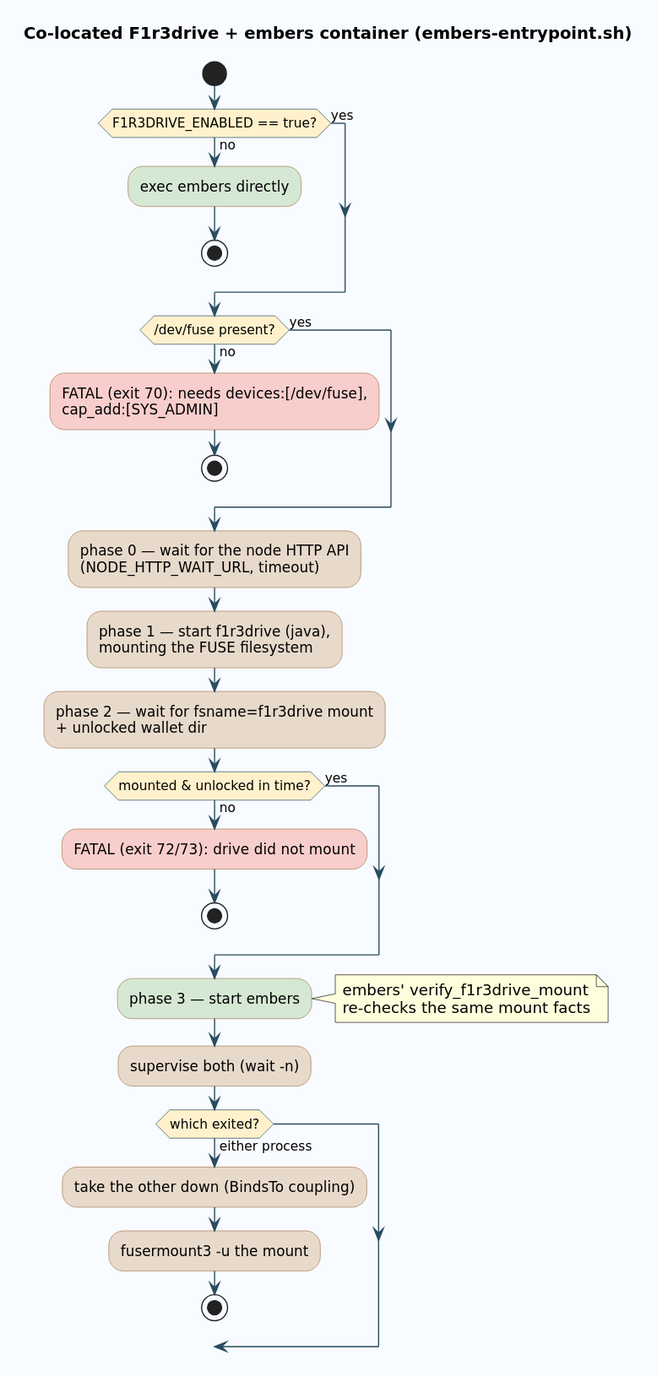
The PlantUML diagram docs/diagrams/28-docker-supervise.svg in F1R3FLY-io/embers, before a commit.
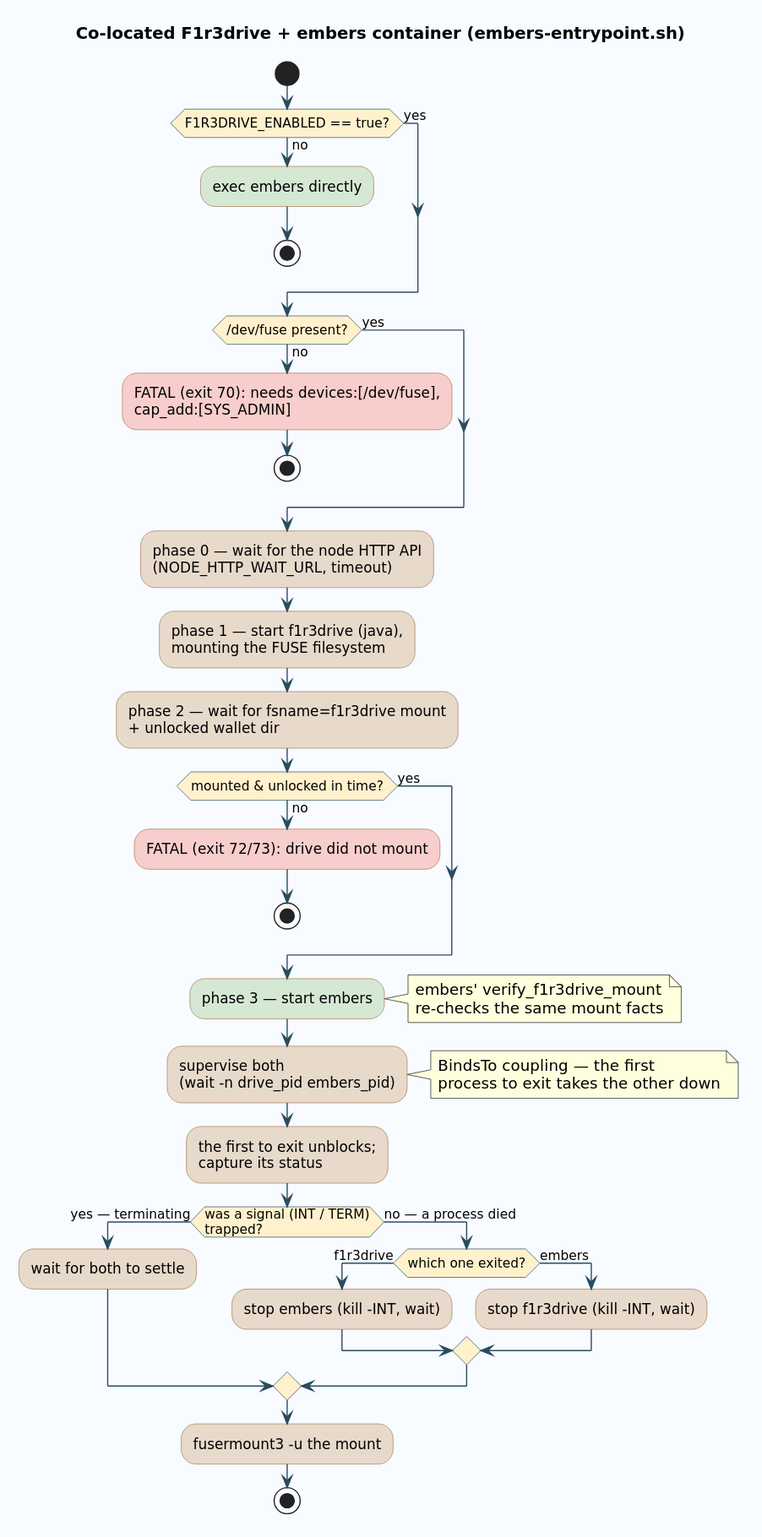
The same diagram one commit later.

Commit message:
docs(diagrams): fix dangling supervise edge in 28-docker-supervise

Change to the diagram source:
```diff
@@ -33,10 +33,18 @@
 endif
 :phase 3 — start embers;<<#D5E8D4>>
 note right: embers' verify_f1r3drive_mount\nre-checks the same mount facts
-:supervise both (wait -n);
-if (which exited?) then (either process)
-  :take the other down (BindsTo coupling);
-  :fusermount3 -u the mount;
-  stop
+:supervise both\n(wait -n drive_pid embers_pid);
+note right: BindsTo coupling — the first\nprocess to exit takes the other down
+:the first to exit unblocks;\ncapture its status;
+if (was a signal (INT / TERM)\ntrapped?) then (yes — terminating)
+  :wait for both to settle;
+else (no — a process died)
+  if (which one exited?) then (f1r3drive)
+    :stop embers (kill -INT, wait);
+  else (embers)
+    :stop f1r3drive (kill -INT, wait);
+  endif
 endif
+:fusermount3 -u the mount;
+stop
 @enduml
```
